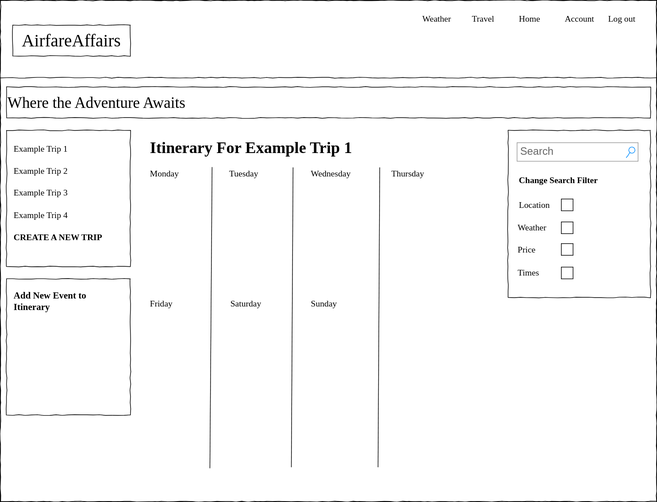
The draw.io diagram Documentation/Project Wireframe.svg in owal7428/CSCI-3308-Group-5-Project, before a commit. Source tidied: cells renumbered, new cells last; positions are measured from the earlier drawing's top-left corner, leaving out a move shared by most shapes.
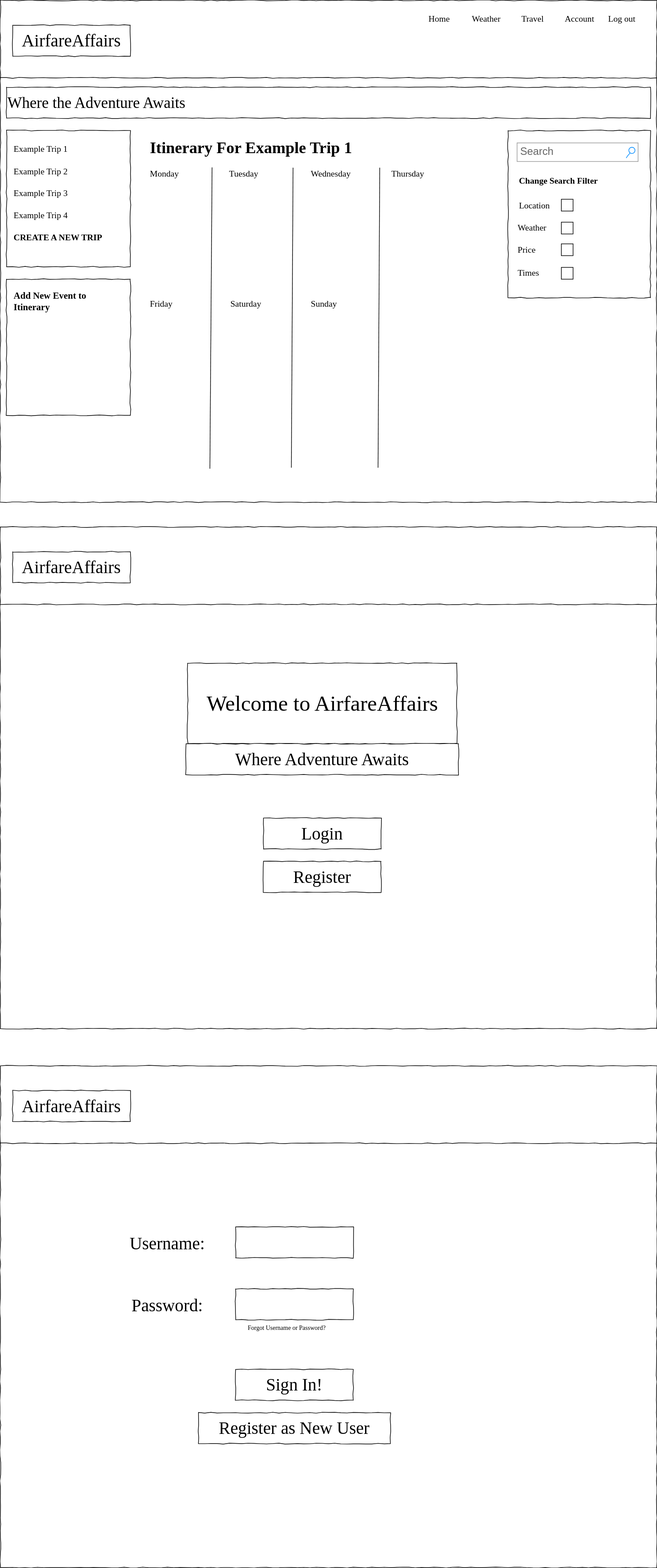
Later version of the same file.

Commit message:
saving login and a sort of home page

What changed in the source:
```diff
@@ -24,13 +24,13 @@
       <mxGeometry x="10" y="140" width="1040" height="50" as="geometry" />
     </mxCell>
     <mxCell id="9" value="Home" style="text;html=1;align=left;verticalAlign=top;spacingTop=-4;fontSize=14;fontFamily=Verdana;" parent="1" vertex="1">
-      <mxGeometry x="835.5" y="20" width="60" height="20" as="geometry" />
+      <mxGeometry x="690" y="20" width="60" height="20" as="geometry" />
     </mxCell>
     <mxCell id="10" value="Travel" style="text;html=1;align=left;verticalAlign=top;spacingTop=-4;fontSize=14;fontFamily=Verdana;" parent="1" vertex="1">
-      <mxGeometry x="760" y="20" width="60" height="20" as="geometry" />
+      <mxGeometry x="840" y="20" width="60" height="20" as="geometry" />
     </mxCell>
     <mxCell id="11" value="Weather" style="text;html=1;align=left;verticalAlign=top;spacingTop=-4;fontSize=14;fontFamily=Verdana;" parent="1" vertex="1">
-      <mxGeometry x="680" y="20" width="60" height="20" as="geometry" />
+      <mxGeometry x="760" y="20" width="60" height="20" as="geometry" />
     </mxCell>
     <mxCell id="12" style="verticalLabelPosition=bottom;shadow=0;dashed=0;align=center;html=1;verticalAlign=top;strokeWidth=1;shape=mxgraph.mockup.graphics.simpleIcon;strokeColor=none;rounded=0;labelBackgroundColor=none;fontFamily=Verdana;fontSize=14;fontColor=#000000;comic=1;" parent="1" vertex="1">
       <mxGeometry x="230" y="210" width="580" height="540" as="geometry" />
@@ -131,8 +131,56 @@
     <mxCell id="42" value="&lt;b style=&quot;font-size: 15px;&quot;&gt;Add New Event to &lt;br&gt;Itinerary&lt;/b&gt;" style="text;html=1;align=left;verticalAlign=top;spacingTop=-4;fontSize=14;fontFamily=Verdana;" parent="1" vertex="1">
       <mxGeometry x="20" y="465" width="170" height="50" as="geometry" />
     </mxCell>
-    <mxCell id="43" style="whiteSpace=wrap;html=1;rounded=0;shadow=0;labelBackgroundColor=none;strokeColor=#000000;strokeWidth=1;fillColor=none;fontFamily=Verdana;fontSize=12;fontColor=#000000;align=center;comic=1;" parent="1" vertex="1">
-      <mxGeometry width="1060" height="810" as="geometry" />
-    </mxCell>
+    <mxCell id="44" style="whiteSpace=wrap;html=1;rounded=0;shadow=0;labelBackgroundColor=none;strokeColor=#000000;strokeWidth=1;fillColor=none;fontFamily=Verdana;fontSize=12;fontColor=#000000;align=center;comic=1;" parent="1" vertex="1">
+      <mxGeometry y="850" width="1060" height="810" as="geometry" />
+    </mxCell>
+    <mxCell id="45" value="AirfareAffairs" style="whiteSpace=wrap;html=1;rounded=0;shadow=0;labelBackgroundColor=none;strokeWidth=1;fontFamily=Verdana;fontSize=28;align=center;comic=1;" parent="1" vertex="1">
+      <mxGeometry x="20" y="890" width="190" height="50" as="geometry" />
+    </mxCell>
+    <mxCell id="46" style="line;strokeWidth=1;html=1;rounded=0;shadow=0;labelBackgroundColor=none;fillColor=none;fontFamily=Verdana;fontSize=14;fontColor=#000000;align=center;comic=1;" parent="1" vertex="1">
+      <mxGeometry y="970" width="1060" height="10" as="geometry" />
+    </mxCell>
+    <mxCell id="47" value="&lt;font style=&quot;font-size: 35px;&quot;&gt;Welcome to AirfareAffairs&lt;/font&gt;" style="whiteSpace=wrap;html=1;rounded=0;shadow=0;labelBackgroundColor=none;strokeWidth=1;fontFamily=Verdana;fontSize=28;align=center;comic=1;" parent="1" vertex="1">
+      <mxGeometry x="302.5" y="1070" width="435" height="130" as="geometry" />
+    </mxCell>
+    <mxCell id="48" value="Where Adventure Awaits" style="whiteSpace=wrap;html=1;rounded=0;shadow=0;labelBackgroundColor=none;strokeWidth=1;fontFamily=Verdana;fontSize=28;align=center;comic=1;" parent="1" vertex="1">
+      <mxGeometry x="300" y="1200" width="440" height="50" as="geometry" />
+    </mxCell>
+    <mxCell id="49" value="Register" style="whiteSpace=wrap;html=1;rounded=0;shadow=0;labelBackgroundColor=none;strokeWidth=1;fontFamily=Verdana;fontSize=28;align=center;comic=1;" parent="1" vertex="1">
+      <mxGeometry x="425" y="1390" width="190" height="50" as="geometry" />
+    </mxCell>
+    <mxCell id="50" value="Login" style="whiteSpace=wrap;html=1;rounded=0;shadow=0;labelBackgroundColor=none;strokeWidth=1;fontFamily=Verdana;fontSize=28;align=center;comic=1;" parent="1" vertex="1">
+      <mxGeometry x="425" y="1320" width="190" height="50" as="geometry" />
+    </mxCell>
+    <mxCell id="51" style="whiteSpace=wrap;html=1;rounded=0;shadow=0;labelBackgroundColor=none;strokeColor=#000000;strokeWidth=1;fillColor=none;fontFamily=Verdana;fontSize=12;fontColor=#000000;align=center;comic=1;" parent="1" vertex="1">
+      <mxGeometry y="1720" width="1060" height="810" as="geometry" />
+    </mxCell>
+    <mxCell id="52" value="AirfareAffairs" style="whiteSpace=wrap;html=1;rounded=0;shadow=0;labelBackgroundColor=none;strokeWidth=1;fontFamily=Verdana;fontSize=28;align=center;comic=1;" parent="1" vertex="1">
+      <mxGeometry x="20" y="1760" width="190" height="50" as="geometry" />
+    </mxCell>
+    <mxCell id="53" style="line;strokeWidth=1;html=1;rounded=0;shadow=0;labelBackgroundColor=none;fillColor=none;fontFamily=Verdana;fontSize=14;fontColor=#000000;align=center;comic=1;" parent="1" vertex="1">
+      <mxGeometry y="1840" width="1060" height="10" as="geometry" />
+    </mxCell>
+    <mxCell id="54" style="whiteSpace=wrap;html=1;rounded=0;shadow=0;labelBackgroundColor=none;strokeWidth=1;fontFamily=Verdana;fontSize=28;align=center;comic=1;" parent="1" vertex="1">
+      <mxGeometry x="380" y="2080" width="190" height="50" as="geometry" />
+    </mxCell>
+    <mxCell id="55" style="whiteSpace=wrap;html=1;rounded=0;shadow=0;labelBackgroundColor=none;strokeWidth=1;fontFamily=Verdana;fontSize=28;align=center;comic=1;" parent="1" vertex="1">
+      <mxGeometry x="380" y="1980" width="190" height="50" as="geometry" />
+    </mxCell>
+    <mxCell id="56" value="&lt;font style=&quot;font-size: 28px;&quot; face=&quot;Verdana&quot;&gt;Username:&lt;/font&gt;" style="text;html=1;strokeColor=none;fillColor=none;align=center;verticalAlign=middle;whiteSpace=wrap;rounded=0;fontSize=34;" parent="1" vertex="1">
+      <mxGeometry x="220" y="1990" width="100" height="30" as="geometry" />
+    </mxCell>
+    <mxCell id="57" value="&lt;font style=&quot;font-size: 28px;&quot; face=&quot;Verdana&quot;&gt;Password:&lt;/font&gt;" style="text;html=1;strokeColor=none;fillColor=none;align=center;verticalAlign=middle;whiteSpace=wrap;rounded=0;fontSize=34;" parent="1" vertex="1">
+      <mxGeometry x="220" y="2090" width="100" height="30" as="geometry" />
+    </mxCell>
+    <mxCell id="58" value="&lt;font style=&quot;font-size: 10px;&quot; face=&quot;Verdana&quot;&gt;Forgot Username or Password?&lt;/font&gt;" style="text;html=1;strokeColor=none;fillColor=none;align=center;verticalAlign=middle;whiteSpace=wrap;rounded=0;fontSize=34;" parent="1" vertex="1">
+      <mxGeometry x="368" y="2120" width="190" height="30" as="geometry" />
+    </mxCell>
+    <mxCell id="59" value="Sign In!" style="whiteSpace=wrap;html=1;rounded=0;shadow=0;labelBackgroundColor=none;strokeWidth=1;fontFamily=Verdana;fontSize=28;align=center;comic=1;" parent="1" vertex="1">
+      <mxGeometry x="380" y="2210" width="190" height="50" as="geometry" />
+    </mxCell>
+    <mxCell id="60" value="Register as New User" style="whiteSpace=wrap;html=1;rounded=0;shadow=0;labelBackgroundColor=none;strokeWidth=1;fontFamily=Verdana;fontSize=28;align=center;comic=1;" parent="1" vertex="1">
+      <mxGeometry x="320" y="2280" width="310" height="50" as="geometry" />
+    </mxCell>
   </root>
 </mxGraphModel>
```
